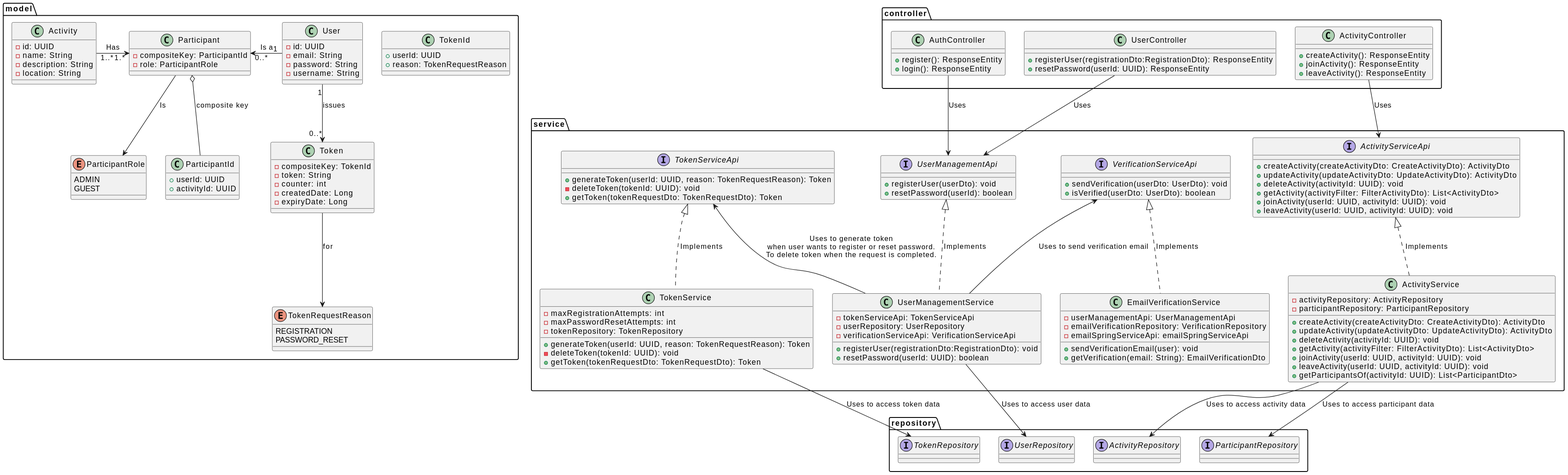
BUMETCS673/CS673OLSum25Team1 keeps this PlantUML diagram as misc/ClassDiagram.svg. Above is the earlier version.
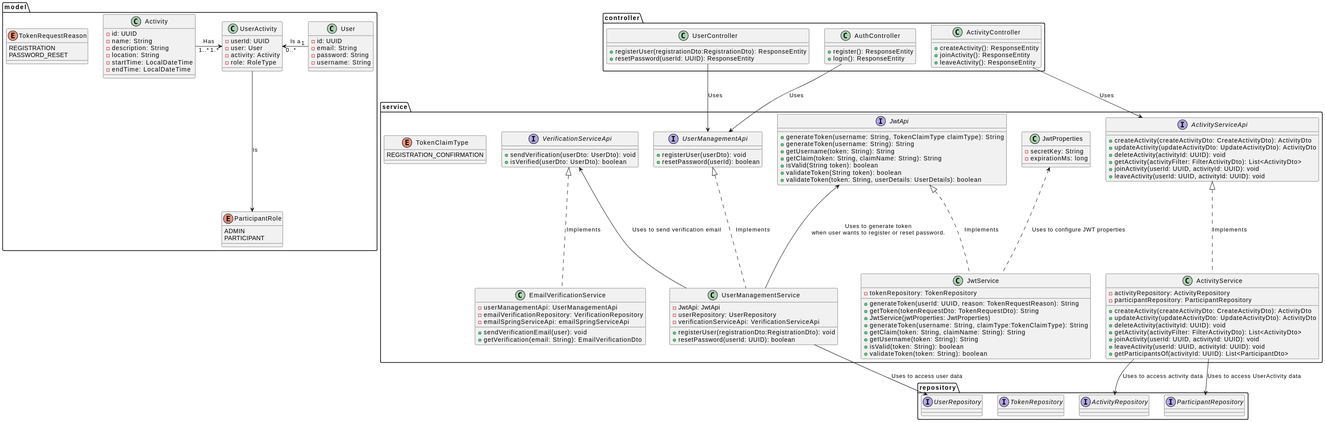
The same file after the commit.

The edit, as a diff of the source:
```diff
@@ -12,40 +12,26 @@
     }
     enum ParticipantRole {
         ADMIN
-        GUEST
+        PARTICIPANT
     }
-    class ParticipantId {
-        +userId: UUID
-        +activityId: UUID
-    }
-    class Participant {
-        -compositeKey: ParticipantId
-        -role: ParticipantRole
+    class UserActivity {
+        -userId: UUID
+        -user: User
+        -activity: Activity
+        -role: RoleType
     }
     class Activity {
         -id: UUID
         -name: String
         -description: String
         -location: String
-    }
-    class TokenId {
-        +userId: UUID
-        +reason: TokenRequestReason
-    }
-    class Token {
-        -compositeKey: TokenId
-        -token: String
-        -counter: int
-        -createdDate: Long
-        -expiryDate: Long
+        -startTime: LocalDateTime
+        -endTime: LocalDateTime
     }
 
-    User "1" -l-> "0..*" Participant: Is a
-    Activity "1..*" -r-> "1.*" Participant : Has
-    Participant o-d- ParticipantId : composite key
-    Participant -d-> ParticipantRole: Is
-    User "1" --> "0..*" Token : issues
-    Token --> TokenRequestReason : for
+    User "1" -l-> "0..*" UserActivity: Is a
+    Activity "1..*" -r-> "1.*" UserActivity : Has
+    UserActivity -d-> ParticipantRole: Is
 }
 
 package repository {
@@ -56,23 +42,39 @@
 }
 
 package service {
-    class TokenService {
-        -maxRegistrationAttempts: int
-        -maxPasswordResetAttempts: int
+    class JwtService {
         -tokenRepository: TokenRepository
-        +generateToken(userId: UUID, reason: TokenRequestReason): Token
-        -deleteToken(tokenId: UUID): void
-        +getToken(tokenRequestDto: TokenRequestDto): Token
+        +generateToken(userId: UUID, reason: TokenRequestReason): String
+        +getToken(tokenRequestDto: TokenRequestDto): String
+        +JwtService(jwtProperties: JwtProperties)
+        +generateToken(username: String, claimType:TokenClaimType): String
+        +getClaim(token: String, claimName: String): String
+        +getUsername(token: String): String
+        +isValid(token: String): boolean
+        +validateToken(token: String): boolean
     }
 
-    interface TokenServiceApi {
-        +generateToken(userId: UUID, reason: TokenRequestReason): Token
-        -deleteToken(tokenId: UUID): void
-        +getToken(tokenRequestDto: TokenRequestDto): Token
+    enum TokenClaimType {
+        REGISTRATION_CONFIRMATION
+    }
+
+    class JwtProperties {
+        -secretKey: String
+        -expirationMs: long
+    }
+
+    interface JwtApi {
+        +generateToken(username: String, TokenClaimType claimType): String
+        +generateToken(username: String): String
+        +getUsername(token: String): String
+        +getClaim(token: String, claimName: String): String
+        +isValid(String token): boolean
+        +validateToken(String token): boolean
+        +validateToken(token: String, userDetails: UserDetails): boolean
     }
 
     class UserManagementService {
-        -tokenServiceApi: TokenServiceApi
+        -JwtApi: JwtApi
         -userRepository: UserRepository
         -verificationServiceApi: VerificationServiceApi
         +registerUser(registrationDto:RegistrationDto): void
@@ -118,17 +120,17 @@
         +isVerified(userDto: UserDto): boolean
     }
 
-    TokenService .u.|> TokenServiceApi: Implements
+    JwtService .u.|> JwtApi: Implements
+    JwtService .u.> JwtProperties: Uses to configure JWT properties
     UserManagementService .u.|> UserManagementApi: Implements
     ActivityService .u.|> ActivityServiceApi: Implements
     EmailVerificationService .u.|> VerificationServiceApi: Implements
 
-    TokenService -d-> repository.TokenRepository: Uses to access token data
     UserManagementService -d-> repository.UserRepository: Uses to access user data
     UserManagementService -u-> VerificationServiceApi: Uses to send verification email
-    UserManagementService -u-> TokenServiceApi: Uses to generate token\nwhen user wants to register or reset password.\nTo delete token when the request is completed.
+    UserManagementService -u-> JwtApi: Uses to generate token\nwhen user wants to register or reset password.
     ActivityService -d-> repository.ActivityRepository: Uses to access activity data
-    ActivityService -d-> repository.ParticipantRepository: Uses to access participant data
+    ActivityService -d-> repository.ParticipantRepository: Uses to access UserActivity data
 }
 
 package controller {
```
